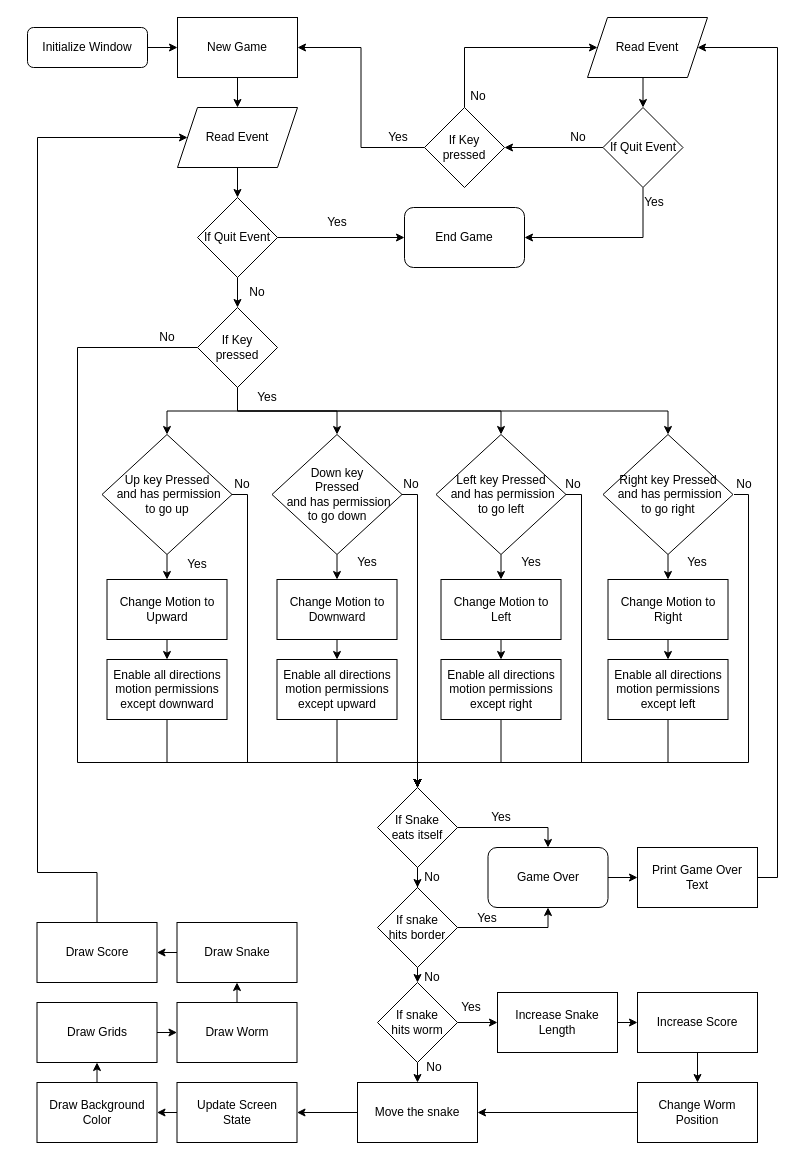
Above: flowchart.drawio in imchiranjit/Snake-Game (draw.io), before the change. Source tidied: cells renumbered, new cells numbered last; positions are measured from the earlier drawing's top-left corner, leaving out a move shared by most shapes. Both pictures are drawn from the tidied source at 100%, with x=0, y=0 at pixel (27, 17).
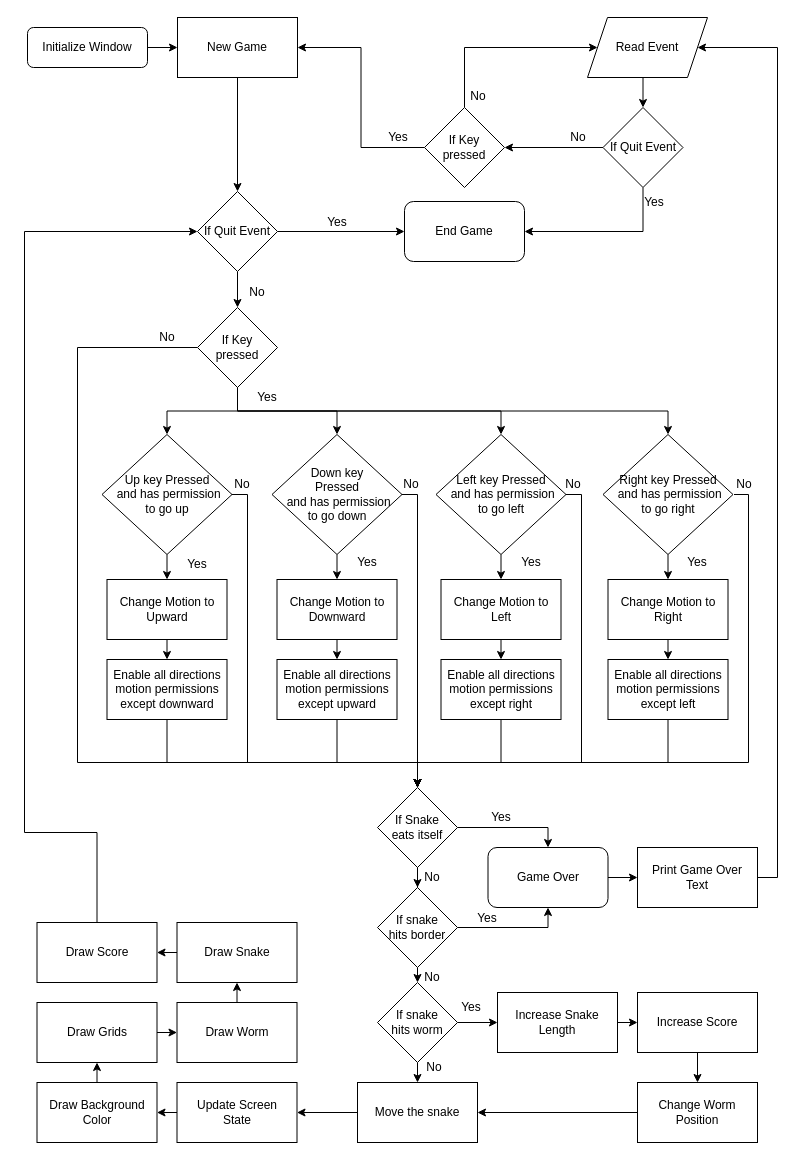
Above is the later version.

The change refers to these unchanged cells:
```xml
<mxCell id="5" value="New Game" style="rounded=0;whiteSpace=wrap;html=1;" parent="1" vertex="1">
  <mxGeometry x="150" width="120" height="60" as="geometry" />
</mxCell>
<mxCell id="80" value="Draw Score" style="rounded=0;whiteSpace=wrap;html=1;" parent="1" vertex="1">
  <mxGeometry x="9.5" y="905" width="120" height="60" as="geometry" />
</mxCell>
```

Change to the diagram source:
```diff
@@
-    <mxCell id="4" style="edgeStyle=orthogonalEdgeStyle;rounded=0;jettySize=auto;html=1;exitX=0.5;exitY=1;exitDx=0;exitDy=0;" parent="1" edge="1" source="5" target="7">
-      <mxGeometry relative="1" as="geometry" />
-    </mxCell>
+    <mxCell id="109" style="edgeStyle=orthogonalEdgeStyle;rounded=0;jettySize=auto;html=1;exitX=0.5;exitY=1;exitDx=0;exitDy=0;entryX=0.5;entryY=0;entryDx=0;entryDy=0;" parent="1" edge="1" source="5" target="10">
+      <mxGeometry relative="1" as="geometry" />
+    </mxCell>
@@
-    <mxCell id="6" style="edgeStyle=orthogonalEdgeStyle;rounded=0;jettySize=auto;html=1;exitX=0.5;exitY=1;exitDx=0;exitDy=0;entryX=0.5;entryY=0;entryDx=0;entryDy=0;" parent="1" edge="1" source="7" target="10">
-      <mxGeometry relative="1" as="geometry" />
-    </mxCell>
-    <mxCell id="7" value="Read Event" style="shape=parallelogram;perimeter=parallelogramPerimeter;whiteSpace=wrap;html=1;fixedSize=1;" parent="1" vertex="1">
-      <mxGeometry x="150" y="90" width="120" height="60" as="geometry" />
-    </mxCell>
@@
     <mxCell id="10" value="If Quit Event" style="rhombus;whiteSpace=wrap;html=1;" parent="1" vertex="1">
-      <mxGeometry x="170" y="180" width="80" height="80" as="geometry" />
+      <mxGeometry x="170" y="174" width="80" height="80" as="geometry" />
     </mxCell>
     <mxCell id="11" value="End Game" style="rounded=1;whiteSpace=wrap;html=1;" parent="1" vertex="1">
-      <mxGeometry x="377" y="190" width="120" height="60" as="geometry" />
+      <mxGeometry x="377" y="184" width="120" height="60" as="geometry" />
     </mxCell>
@@
-    <mxCell id="79" style="edgeStyle=orthogonalEdgeStyle;rounded=0;jettySize=auto;html=1;exitX=0.5;exitY=0;exitDx=0;exitDy=0;entryX=0;entryY=0.5;entryDx=0;entryDy=0;" parent="1" edge="1" source="80" target="7">
-      <mxGeometry relative="1" as="geometry">
-        <Array as="points">
-          <mxPoint x="70" y="855" />
-          <mxPoint x="10" y="855" />
-          <mxPoint x="10" y="120" />
-        </Array>
-      </mxGeometry>
-    </mxCell>
+    <mxCell id="110" style="edgeStyle=orthogonalEdgeStyle;rounded=0;jettySize=auto;html=1;exitX=0.5;exitY=0;exitDx=0;exitDy=0;entryX=0;entryY=0.5;entryDx=0;entryDy=0;" parent="1" edge="1" source="80" target="10">
+      <mxGeometry relative="1" as="geometry">
+        <Array as="points">
+          <mxPoint x="70" y="815" />
+          <mxPoint x="-3" y="815" />
+          <mxPoint x="-3" y="214" />
+        </Array>
+      </mxGeometry>
+    </mxCell>
```
